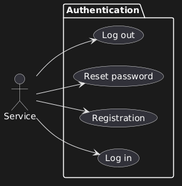
Above: Products/Authentication/Images/UseCaseDiagram.png in jakubolejarczyk/Documentation (PlantUML), before the change. Its diagram source:
```plantuml
@startuml
left to right direction

actor "Service" as Service

package Authentication {
  usecase "Log in" as Login
  usecase "Registration" as Registration
  usecase "Reset password" as ResetPassword
  usecase "Log out" as LogOut
}

Service --> Login
Service --> Registration
Service --> ResetPassword
Service --> LogOut
@enduml
```
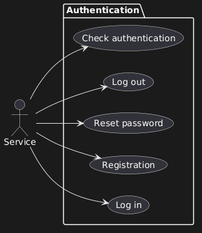
Above is the later version.

Commit message:
Add check authetication usecase to the Authentication product

What changed in the source:
```diff
@@ -8,10 +8,12 @@
   usecase "Registration" as Registration
   usecase "Reset password" as ResetPassword
   usecase "Log out" as LogOut
+  usecase "Check authentication" as CheckAthentication
 }
 
 Service --> Login
 Service --> Registration
 Service --> ResetPassword
 Service --> LogOut
+Service --> CheckAthentication
 @enduml
```
